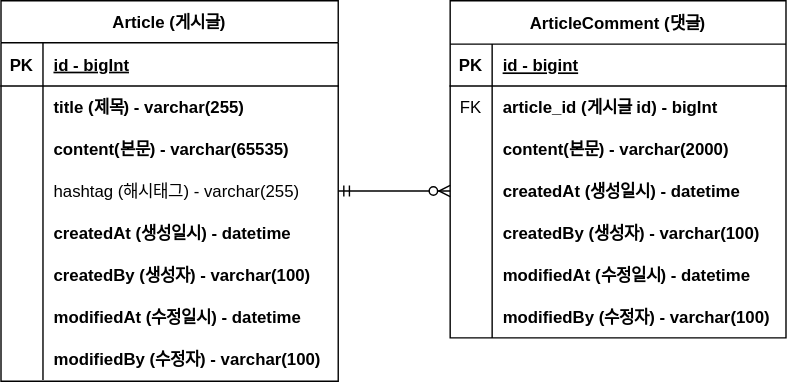
jonnygim/fastcampus-project-board keeps this draw.io diagram as document/project-board-erd.drawio.svg. Above is the earlier version. Source tidied: cells renumbered, new cells last; positions are measured from the earlier drawing's top-left corner, leaving out a move shared by most shapes.
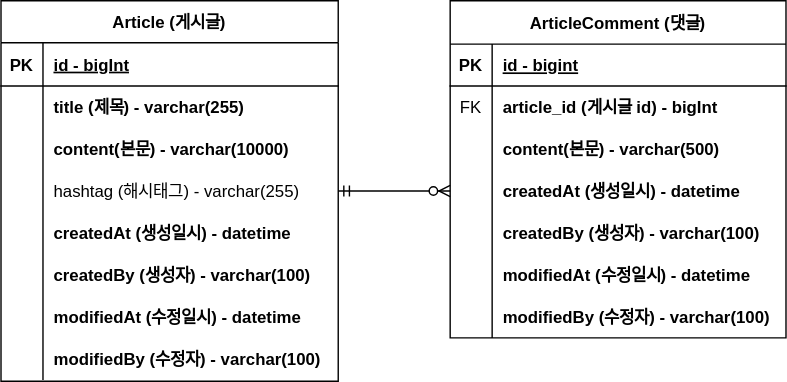
The same diagram one commit later.

Commit message:
#10 - erd 업데이트 : content 사이즈 변경

The edit, as a diff of the source:
```diff
@@ -29,7 +29,7 @@
     <mxCell id="10" style="shape=partialRectangle;overflow=hidden;fillColor=none;top=0;left=0;bottom=0;right=0;" parent="9" vertex="1">
       <mxGeometry width="30" height="30" as="geometry" />
     </mxCell>
-    <mxCell id="11" value="content(본문) - varchar(65535)" style="shape=partialRectangle;overflow=hidden;fillColor=none;top=0;left=0;bottom=0;right=0;align=left;spacingLeft=6;fontStyle=1;" parent="9" vertex="1">
+    <mxCell id="11" value="content(본문) - varchar(10000)" style="shape=partialRectangle;overflow=hidden;fillColor=none;top=0;left=0;bottom=0;right=0;align=left;spacingLeft=6;fontStyle=1;" parent="9" vertex="1">
       <mxGeometry x="30" width="211" height="30" as="geometry" />
     </mxCell>
     <mxCell id="12" style="shape=partialRectangle;fillColor=none;points=[[0,0.5],[1,0.5]];portConstraint=eastwest;top=0;left=0;right=0;bottom=0;" parent="2" vertex="1">
@@ -104,7 +104,7 @@
     <mxCell id="35" style="shape=partialRectangle;overflow=hidden;fillColor=none;top=0;left=0;bottom=0;right=0;" parent="34" vertex="1">
       <mxGeometry width="30" height="30" as="geometry" />
     </mxCell>
-    <mxCell id="36" value="content(본문) - varchar(2000)" style="shape=partialRectangle;overflow=hidden;fillColor=none;top=0;left=0;bottom=0;right=0;align=left;spacingLeft=6;fontStyle=1;" parent="34" vertex="1">
+    <mxCell id="36" value="content(본문) - varchar(500)" style="shape=partialRectangle;overflow=hidden;fillColor=none;top=0;left=0;bottom=0;right=0;align=left;spacingLeft=6;fontStyle=1;" parent="34" vertex="1">
       <mxGeometry x="30" width="210" height="30" as="geometry" />
     </mxCell>
     <mxCell id="37" style="shape=partialRectangle;fillColor=none;points=[[0,0.5],[1,0.5]];portConstraint=eastwest;top=0;left=0;right=0;bottom=0;" parent="27" vertex="1">
```
